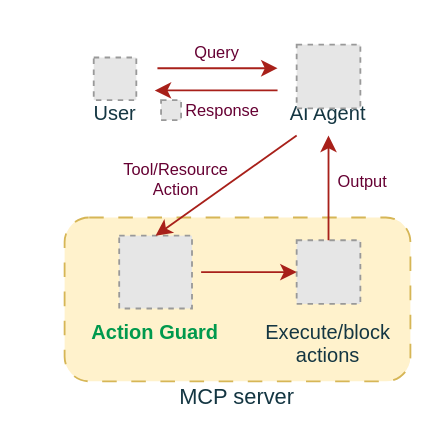
This is assets/Implementation.drawio from Pro-GenAI/Agent-Action-Guard, a draw.io file, before an edit. Source tidied: cells renumbered, new cells numbered last; positions are measured from the earlier drawing's top-left corner, leaving out a move shared by most shapes. Both pictures are drawn from the tidied source at 182%, with x=0, y=0 at pixel (64, 31). Pictures stored in the file or linked from it are replaced by grey dashed boxes.
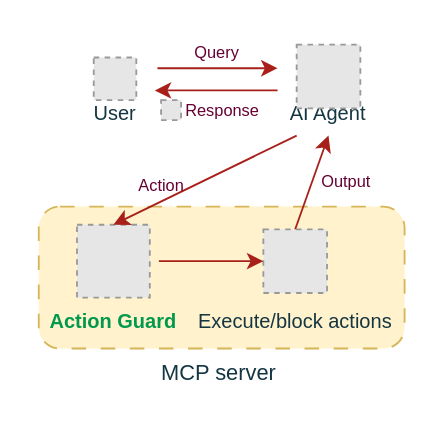
After the change.

What changed in the source:
```diff
@@
     <mxCell id="2" style="rounded=1;whiteSpace=wrap;html=1;dashed=1;dashPattern=8 8;labelBackgroundColor=none;fillColor=#fff2cc;strokeColor=#d6b656;" parent="1" vertex="1">
-      <mxGeometry y="102" width="190" height="90" as="geometry" />
+      <mxGeometry x="-14.2" y="96" width="201" height="78" as="geometry" />
     </mxCell>
@@
     <mxCell id="5" value="MCP server" style="text;whiteSpace=wrap;align=center;labelBackgroundColor=none;fontColor=#143642;" parent="1" vertex="1">
-      <mxGeometry x="61.2" y="187" width="67.5" height="25" as="geometry" />
+      <mxGeometry x="50.5" y="174" width="67.5" height="25" as="geometry" />
     </mxCell>
     <mxCell id="6" value="Action Guard" style="text;whiteSpace=wrap;align=center;fontStyle=1;fontSize=11;labelBackgroundColor=none;fontColor=#00994D;shadow=0;" parent="1" vertex="1">
-      <mxGeometry x="5" y="152" width="90" height="40" as="geometry" />
+      <mxGeometry x="-18.2" y="146" width="90" height="40" as="geometry" />
     </mxCell>
     <mxCell id="7" value="Execute/block actions" style="text;whiteSpace=wrap;align=center;fontSize=11;labelBackgroundColor=none;fontColor=#143642;" parent="1" vertex="1">
-      <mxGeometry x="105" y="152" width="80" height="40" as="geometry" />
+      <mxGeometry x="69.8" y="146" width="114" height="26" as="geometry" />
     </mxCell>
@@
     <mxCell id="10" style="fillColor=#E6E6E6;strokeColor=#999999;dashed=1;verticalLabelPosition=bottom;labelBackgroundColor=none;verticalAlign=top;fontColor=#143642;" parent="1" vertex="1">
-      <mxGeometry x="127.5" y="114.5" width="35" height="35" as="geometry" />
+      <mxGeometry x="109.2" y="108.5" width="35" height="35" as="geometry" />
     </mxCell>
     <mxCell id="11" style="fillColor=#E6E6E6;strokeColor=#999999;dashed=1;verticalLabelPosition=bottom;labelBackgroundColor=none;verticalAlign=top;fontColor=#143642;" parent="1" vertex="1">
-      <mxGeometry x="30" y="112" width="40" height="40" as="geometry" />
+      <mxGeometry x="6.8" y="106" width="40" height="40" as="geometry" />
     </mxCell>
@@
     <mxCell id="15" style="endArrow=classic;html=1;rounded=0;entryX=0;entryY=0.5;entryDx=0;entryDy=0;flowAnimation=1;labelBackgroundColor=none;fontColor=default;strokeColor=#A8201A;" parent="1" edge="1" target="10">
       <mxGeometry relative="1" as="geometry">
-        <mxPoint x="75" y="132" as="sourcePoint" />
+        <mxPoint x="51.8" y="126" as="sourcePoint" />
       </mxGeometry>
     </mxCell>
@@
-    <mxCell id="18" value="Tool/Resource Action" style="text;whiteSpace=wrap;align=center;fontSize=9;labelBackgroundColor=none;fontColor=#660033;" parent="1" vertex="1">
-      <mxGeometry x="30" y="63.5" width="63" height="32.5" as="geometry" />
+    <mxCell id="18" value="Action" style="text;whiteSpace=wrap;align=center;fontSize=9;labelBackgroundColor=none;fontColor=#660033;" parent="1" vertex="1">
+      <mxGeometry x="22" y="73.2" width="63" height="20.5" as="geometry" />
     </mxCell>
     <mxCell id="19" value="Output" style="text;whiteSpace=wrap;align=center;fontSize=9;labelBackgroundColor=none;fontColor=#660033;" parent="1" vertex="1">
-      <mxGeometry x="148" y="71" width="32" height="25" as="geometry" />
+      <mxGeometry x="139" y="71" width="32" height="25" as="geometry" />
     </mxCell>
```
